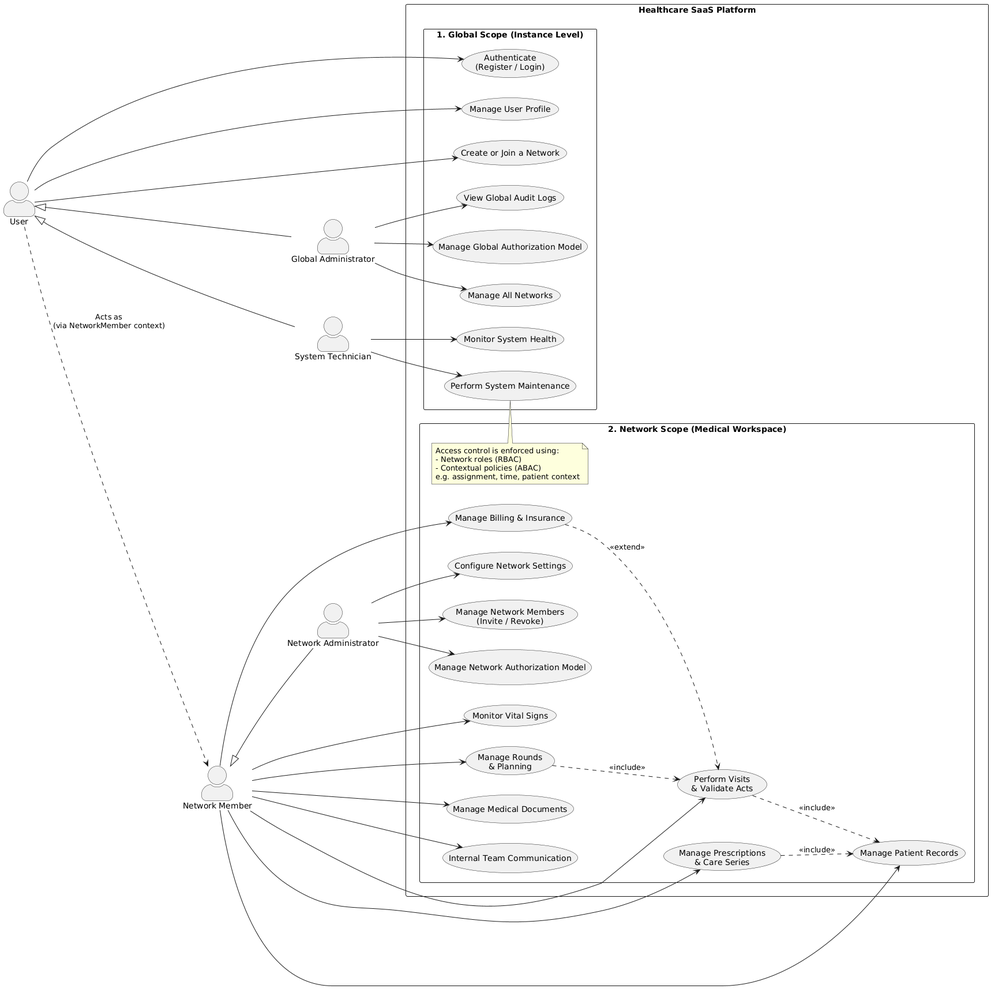
This is docs/global_use_case_diagram.png from epitexam/lellis-backend-api, a PlantUML export, as it was before one commit. Source of this version:
```plantuml
@startuml
left to right direction
skinparam packageStyle rectangle
skinparam actorStyle awesome


actor "User" as User
actor "Global Administrator" as GlobalAdmin
actor "System Technician" as Tech

actor "Network Member" as NetMember
actor "Network Administrator" as NetAdmin

User <|-- GlobalAdmin
User <|-- Tech
NetMember <|-- NetAdmin


package "Healthcare SaaS Platform" {

    package "1. Global Scope (Instance Level)" {

        usecase "Authenticate\n(Register / Login)" as UC_Login
        usecase "Manage User Profile" as UC_Profile
        usecase "Create or Join a Network" as UC_NetworkJoin

        usecase "Manage Global Authorization Model" as UC_GlobalAuth
        usecase "Manage All Networks" as UC_AllNetworks
        usecase "View Global Audit Logs" as UC_GlobalAudit

        usecase "Monitor System Health" as UC_Monitor
        usecase "Perform System Maintenance" as UC_Maintenance
    }

    package "2. Network Scope (Medical Workspace)" {

        note top
          Access control is enforced using:
          - Network roles (RBAC)
          - Contextual policies (ABAC)
          e.g. assignment, time, patient context
        end note

        usecase "Manage Network Members\n(Invite / Revoke)" as UC_Members
        usecase "Manage Network Authorization Model" as UC_NetAuth
        usecase "Configure Network Settings" as UC_NetConfig

        usecase "Manage Patient Records" as UC_Patients
        usecase "Monitor Vital Signs" as UC_Vitals
        usecase "Manage Prescriptions\n& Care Series" as UC_Care
        usecase "Manage Rounds\n& Planning" as UC_Rounds
        usecase "Perform Visits\n& Validate Acts" as UC_Visits
        usecase "Manage Medical Documents" as UC_Docs
        usecase "Internal Team Communication" as UC_Chat
        usecase "Manage Billing & Insurance" as UC_Billing
    }
}


User --> UC_Login
User --> UC_Profile
User --> UC_NetworkJoin

GlobalAdmin --> UC_GlobalAuth
GlobalAdmin --> UC_AllNetworks
GlobalAdmin --> UC_GlobalAudit

Tech --> UC_Monitor
Tech --> UC_Maintenance

User ..> NetMember : Acts as\n(via NetworkMember context)

NetAdmin --> UC_Members
NetAdmin --> UC_NetAuth
NetAdmin --> UC_NetConfig

NetMember --> UC_Patients
NetMember --> UC_Vitals
NetMember --> UC_Care
NetMember --> UC_Rounds
NetMember --> UC_Visits
NetMember --> UC_Docs
NetMember --> UC_Chat
NetMember --> UC_Billing

UC_Visits ..> UC_Patients : <<include>>
UC_Rounds ..> UC_Visits : <<include>>
UC_Care ..> UC_Patients : <<include>>
UC_Billing ..> UC_Visits : <<extend>>
@enduml
```
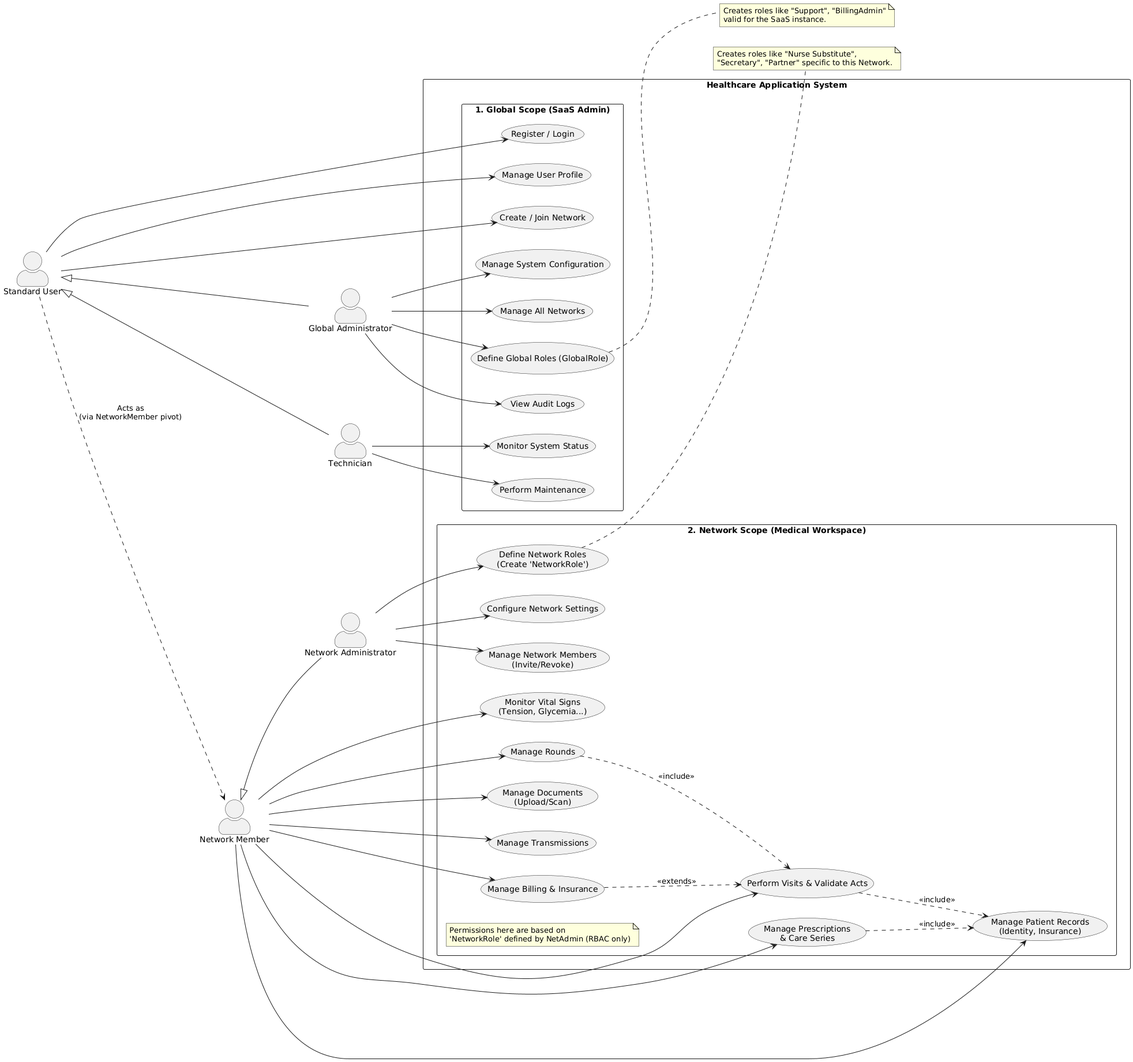
Later version of the same file.

Commit message:
Updating global use case diagram

Diff of the diagram source:
```diff
@@ -4,9 +4,9 @@
 skinparam actorStyle awesome
 
 
-actor "User" as User
+actor "Standard User" as User
 actor "Global Administrator" as GlobalAdmin
-actor "System Technician" as Tech
+actor "Technician" as Tech
 
 actor "Network Member" as NetMember
 actor "Network Administrator" as NetAdmin
@@ -16,42 +16,40 @@
 NetMember <|-- NetAdmin
 
 
-package "Healthcare SaaS Platform" {
+package "Healthcare Application System" {
 
-    package "1. Global Scope (Instance Level)" {
+    package "1. Global Scope (SaaS Admin)" {
+        usecase "Register / Login" as UC_Login
+        usecase "Manage User Profile" as UC_Profile
+        usecase "Create / Join Network" as UC_CreateNet
 
-        usecase "Authenticate\n(Register / Login)" as UC_Login
-        usecase "Manage User Profile" as UC_Profile
-        usecase "Create or Join a Network" as UC_NetworkJoin
+        usecase "Manage System Configuration" as UC_SysConfig
+        usecase "Manage All Networks" as UC_ManageAllNets
+        usecase "Define Global Roles (GlobalRole)" as UC_GlobalRBAC
+        usecase "View Audit Logs" as UC_Audit
 
-        usecase "Manage Global Authorization Model" as UC_GlobalAuth
-        usecase "Manage All Networks" as UC_AllNetworks
-        usecase "View Global Audit Logs" as UC_GlobalAudit
-
-        usecase "Monitor System Health" as UC_Monitor
-        usecase "Perform System Maintenance" as UC_Maintenance
+        usecase "Monitor System Status" as UC_Monitor
+        usecase "Perform Maintenance" as UC_Maintenance
     }
 
     package "2. Network Scope (Medical Workspace)" {
+        note "Permissions here are based on\n'NetworkRole' defined by NetAdmin (RBAC only)" as NoteRoles
 
-        note top
-          Access control is enforced using:
-          - Network roles (RBAC)
-          - Contextual policies (ABAC)
-          e.g. assignment, time, patient context
-        end note
-
-        usecase "Manage Network Members\n(Invite / Revoke)" as UC_Members
-        usecase "Manage Network Authorization Model" as UC_NetAuth
+        usecase "Manage Network Members\n(Invite/Revoke)" as UC_NetMembers
+        usecase "Define Network Roles\n(Create 'NetworkRole')" as UC_NetRBAC
         usecase "Configure Network Settings" as UC_NetConfig
 
-        usecase "Manage Patient Records" as UC_Patients
-        usecase "Monitor Vital Signs" as UC_Vitals
+
+        usecase "Manage Patient Records\n(Identity, Insurance)" as UC_Patients
+        usecase "Monitor Vital Signs\n(Tension, Glycemia...)" as UC_Vitals
+
         usecase "Manage Prescriptions\n& Care Series" as UC_Care
-        usecase "Manage Rounds\n& Planning" as UC_Rounds
-        usecase "Perform Visits\n& Validate Acts" as UC_Visits
-        usecase "Manage Medical Documents" as UC_Docs
-        usecase "Internal Team Communication" as UC_Chat
+        usecase "Manage Rounds" as UC_Rounds
+        usecase "Perform Visits & Validate Acts" as UC_Visits
+
+        usecase "Manage Documents\n(Upload/Scan)" as UC_Docs
+        usecase "Manage Transmissions" as UC_Chat
+
         usecase "Manage Billing & Insurance" as UC_Billing
     }
 }
@@ -59,19 +57,20 @@
 
 User --> UC_Login
 User --> UC_Profile
-User --> UC_NetworkJoin
+User --> UC_CreateNet
 
-GlobalAdmin --> UC_GlobalAuth
-GlobalAdmin --> UC_AllNetworks
-GlobalAdmin --> UC_GlobalAudit
+GlobalAdmin --> UC_SysConfig
+GlobalAdmin --> UC_ManageAllNets
+GlobalAdmin --> UC_GlobalRBAC
+GlobalAdmin --> UC_Audit
 
 Tech --> UC_Monitor
 Tech --> UC_Maintenance
 
-User ..> NetMember : Acts as\n(via NetworkMember context)
+User ..> NetMember : "Acts as\n(via NetworkMember pivot)"
 
-NetAdmin --> UC_Members
-NetAdmin --> UC_NetAuth
+NetAdmin --> UC_NetMembers
+NetAdmin --> UC_NetRBAC
 NetAdmin --> UC_NetConfig
 
 NetMember --> UC_Patients
@@ -86,5 +85,15 @@
 UC_Visits ..> UC_Patients : <<include>>
 UC_Rounds ..> UC_Visits : <<include>>
 UC_Care ..> UC_Patients : <<include>>
-UC_Billing ..> UC_Visits : <<extend>>
+UC_Billing ..> UC_Visits : <<extends>>
+
+note right of UC_GlobalRBAC
+  Creates roles like "Support", "BillingAdmin"
+  valid for the SaaS instance.
+end note
+
+note right of UC_NetRBAC
+  Creates roles like "Nurse Substitute",
+  "Secretary", "Partner" specific to this Network.
+end note
 @enduml
```
